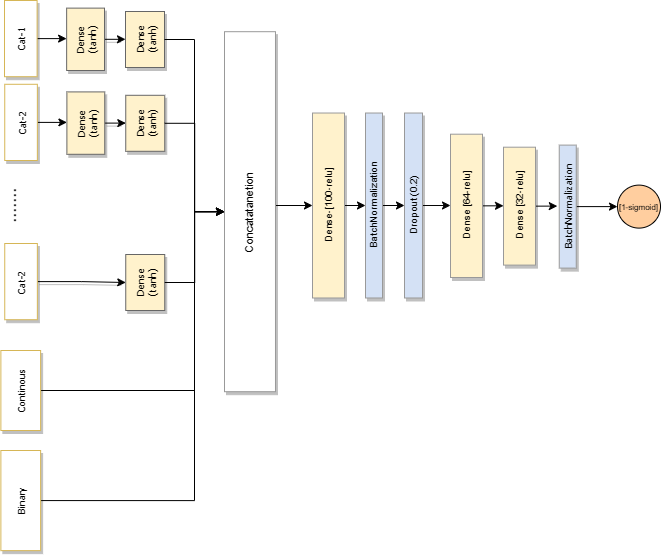
This is EmbeddingMLP.drawio.png from faikozcan/MLFraud, a draw.io export, as it was before one commit. Source tidied: cells renumbered, new cells last; positions are measured from the earlier drawing's top-left corner, leaving out a move shared by most shapes.
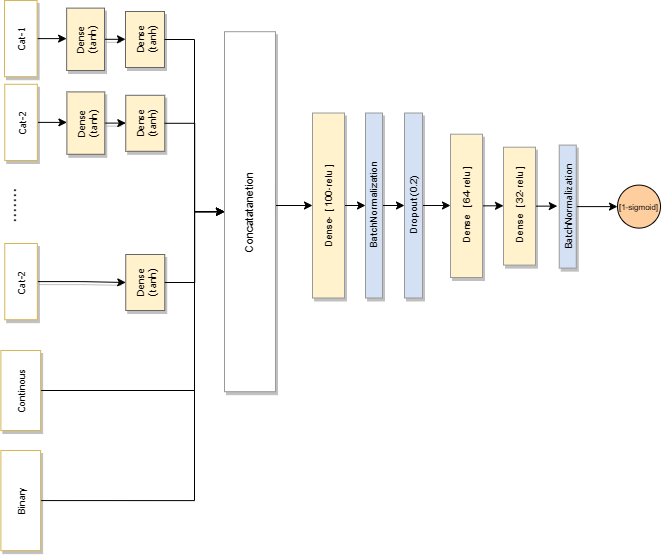
The same diagram one commit later.

What changed in the source:
```diff
@@ -27,13 +27,13 @@
     <mxCell id="6" style="edgeStyle=orthogonalEdgeStyle;rounded=0;jettySize=auto;html=1;exitX=1;exitY=0.5;exitDx=0;exitDy=0;entryX=0;entryY=0.5;entryDx=0;entryDy=0;fontFamily=Tahoma;fontSize=8;fillColor=#FFFFFF;strokeColor=#000000;" parent="1" edge="1" source="7" target="21">
       <mxGeometry relative="1" as="geometry" />
     </mxCell>
-    <mxCell id="7" value="&lt;font face=&quot;arial&quot;&gt;Dense-[100-relu]&lt;/font&gt;" style="whiteSpace=wrap;html=1;shadow=1;fontSize=10;fillColor=#FFF2CC;strokeColor=#999999;horizontal=0;fontFamily=Tahoma;" parent="1" vertex="1">
+    <mxCell id="7" value="&lt;font face=&quot;arial&quot;&gt;Dense- [ 100-relu ]&amp;nbsp;&lt;/font&gt;" style="whiteSpace=wrap;html=1;shadow=1;fontSize=10;fillColor=#FFF2CC;strokeColor=#999999;horizontal=0;fontFamily=Tahoma;" parent="1" vertex="1">
       <mxGeometry x="318" y="112.5" width="32" height="185" as="geometry" />
     </mxCell>
     <mxCell id="8" style="edgeStyle=orthogonalEdgeStyle;rounded=0;jettySize=auto;html=1;exitX=1;exitY=0.5;exitDx=0;exitDy=0;entryX=0;entryY=0.5;entryDx=0;entryDy=0;fontFamily=arial;fontSize=8;fillColor=#FFFFFF;strokeColor=#000000;" parent="1" edge="1" source="9" target="25">
       <mxGeometry relative="1" as="geometry" />
     </mxCell>
-    <mxCell id="9" value="&lt;font face=&quot;arial&quot;&gt;&amp;nbsp;Dense [64-relu]&lt;/font&gt;" style="whiteSpace=wrap;html=1;shadow=1;fontSize=10;fillColor=#FFF2CC;strokeColor=#999999;horizontal=0;fontFamily=Tahoma;" parent="1" vertex="1">
+    <mxCell id="9" value="&lt;font face=&quot;arial&quot;&gt;&amp;nbsp;Dense&amp;nbsp; [ 64-relu ]&lt;/font&gt;" style="whiteSpace=wrap;html=1;shadow=1;fontSize=10;fillColor=#FFF2CC;strokeColor=#999999;horizontal=0;fontFamily=Tahoma;" parent="1" vertex="1">
       <mxGeometry x="456" y="133.7" width="32" height="143.3" as="geometry" />
     </mxCell>
     <mxCell id="10" style="edgeStyle=orthogonalEdgeStyle;rounded=0;jettySize=auto;html=1;exitX=1;exitY=0.5;exitDx=0;exitDy=0;entryX=0;entryY=0.5;entryDx=0;entryDy=0;fontFamily=Tahoma;fontSize=8;" parent="1" edge="1" source="11" target="7">
@@ -87,7 +87,7 @@
         <mxPoint x="562.8" y="204.9" as="targetPoint" />
       </mxGeometry>
     </mxCell>
-    <mxCell id="25" value="&lt;font face=&quot;arial&quot;&gt;&amp;nbsp;Dense [32-relu]&lt;/font&gt;" style="whiteSpace=wrap;html=1;shadow=1;fontSize=10;fillColor=#FFF2CC;strokeColor=#999999;horizontal=0;fontFamily=Tahoma;" parent="1" vertex="1">
+    <mxCell id="25" value="&lt;font face=&quot;arial&quot;&gt;&amp;nbsp;Dense&amp;nbsp; [ 32-relu ]&lt;/font&gt;" style="whiteSpace=wrap;html=1;shadow=1;fontSize=10;fillColor=#FFF2CC;strokeColor=#999999;horizontal=0;fontFamily=Tahoma;" parent="1" vertex="1">
       <mxGeometry x="509" y="146.7" width="32" height="117.9" as="geometry" />
     </mxCell>
     <mxCell id="26" style="edgeStyle=orthogonalEdgeStyle;rounded=0;jettySize=auto;html=1;exitX=1;exitY=0.5;exitDx=0;exitDy=0;entryX=0;entryY=0.5;entryDx=0;entryDy=0;fontFamily=Courier New;" parent="1" edge="1" source="27" target="19">
```
